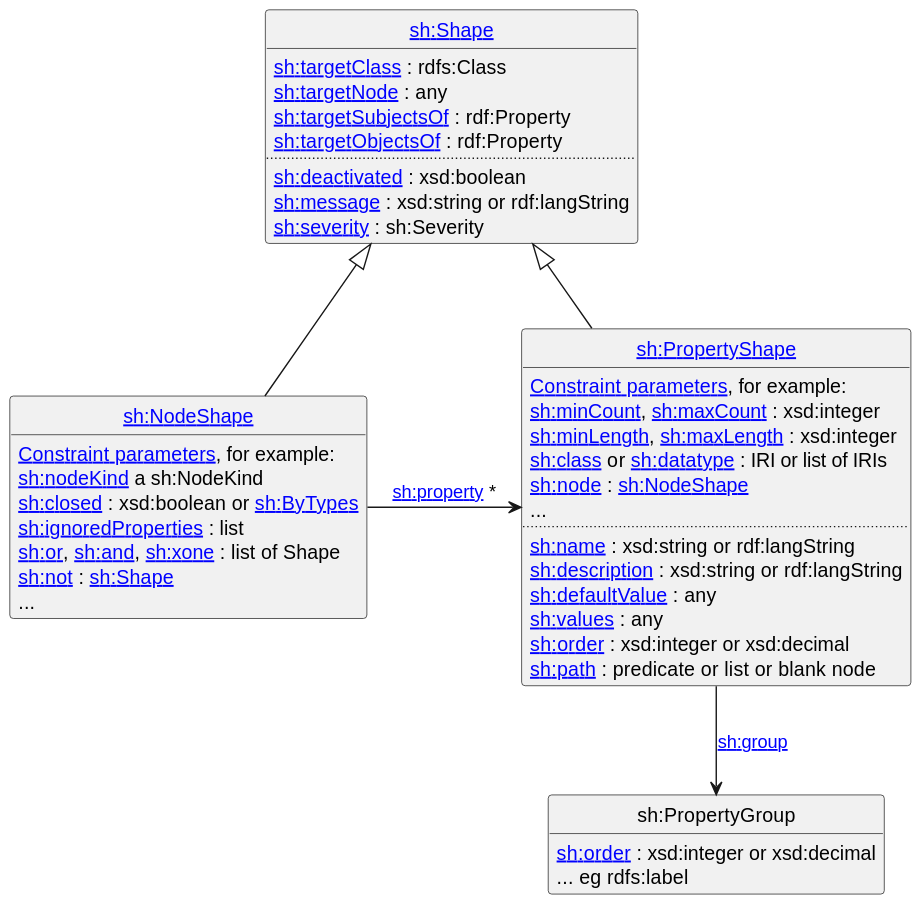
This is shacl12-core/images/SHACL-UML.svg from w3c/data-shapes, a PlantUML export, as it was before one commit.
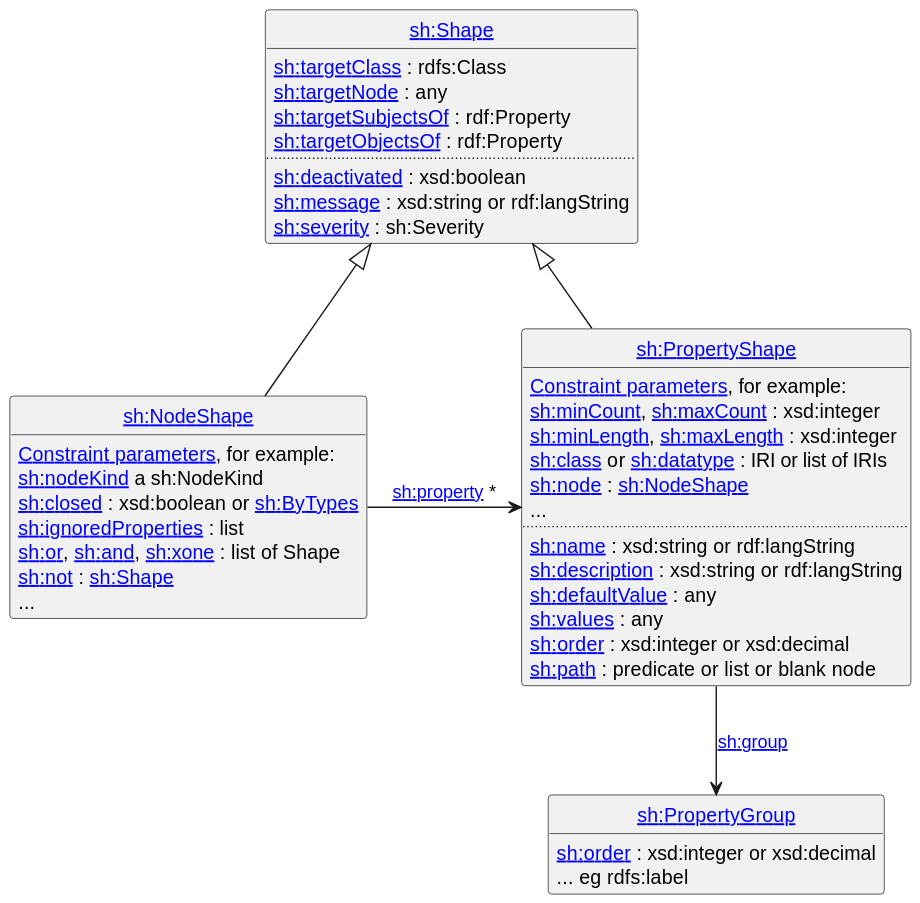
Above is the later version.

Commit message:
add <color:blue><u> to PropertyGroup

Diff of the diagram source:
```diff
@@ -40,7 +40,7 @@
   [[#property-paths sh:path]] : predicate or list or blank node
 }
 
-class "sh:PropertyGroup" as PropertyGroup [[#group sh:group]] {
+class "<color:blue><u>sh:PropertyGroup" as PropertyGroup [[#group sh:group]] {
   [[#group sh:order]] : xsd:integer or xsd:decimal
   ... eg rdfs:label
 }
```
